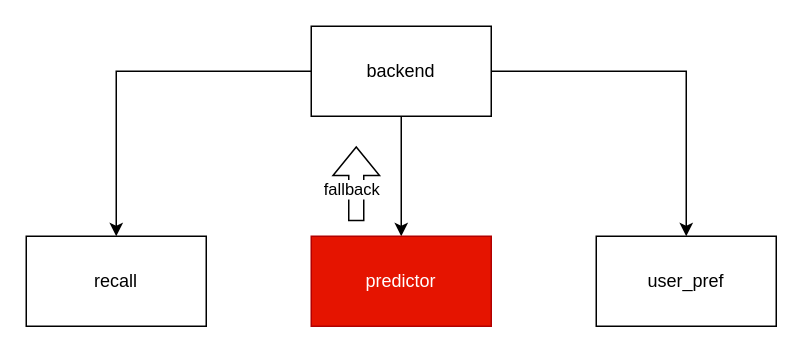
This is multi_cluster_disaster_recovery.drawio from Silocean/diagrams, a draw.io file, before an edit. Source tidied: cells renumbered, new cells numbered last; positions are measured from the earlier drawing's top-left corner, leaving out a move shared by most shapes. Both pictures are drawn from the tidied source at 150%, with x=0, y=0 at pixel (26, 26).
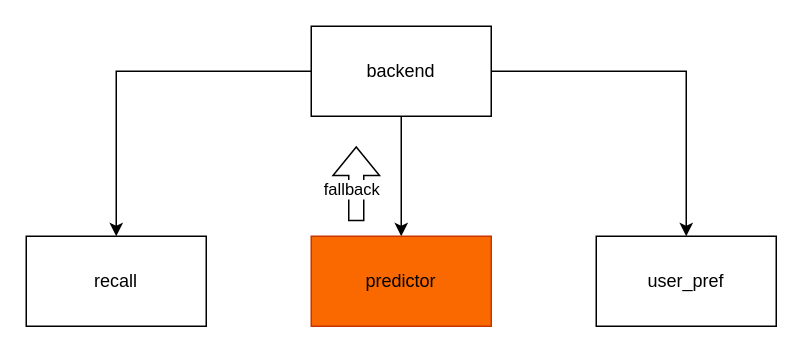
The same diagram, later.

Change to the diagram source:
```diff
@@
 <mxGraphModel>
   <root>
     <mxCell id="0" />
     <mxCell id="1" parent="0" />
     <mxCell id="2" style="edgeStyle=orthogonalEdgeStyle;rounded=0;jettySize=auto;html=1;" parent="1" edge="1" source="5" target="6">
       <mxGeometry relative="1" as="geometry" />
     </mxCell>
     <mxCell id="3" style="edgeStyle=orthogonalEdgeStyle;rounded=0;jettySize=auto;html=1;entryX=0.5;entryY=0;entryDx=0;entryDy=0;" parent="1" edge="1" source="5" target="8">
       <mxGeometry relative="1" as="geometry" />
     </mxCell>
     <mxCell id="4" style="edgeStyle=orthogonalEdgeStyle;rounded=0;jettySize=auto;html=1;" parent="1" edge="1" source="5" target="7">
       <mxGeometry relative="1" as="geometry" />
     </mxCell>
     <mxCell id="5" value="backend" style="rounded=0;whiteSpace=wrap;html=1;" parent="1" vertex="1">
       <mxGeometry x="190" width="120" height="60" as="geometry" />
     </mxCell>
     <mxCell id="6" value="recall" style="rounded=0;whiteSpace=wrap;html=1;" parent="1" vertex="1">
       <mxGeometry y="140" width="120" height="60" as="geometry" />
     </mxCell>
     <mxCell id="7" value="user_pref" style="rounded=0;whiteSpace=wrap;html=1;" parent="1" vertex="1">
       <mxGeometry x="380" y="140" width="120" height="60" as="geometry" />
     </mxCell>
-    <mxCell id="8" value="predictor" style="rounded=0;whiteSpace=wrap;html=1;fillColor=#e51400;strokeColor=#B20000;fontColor=#ffffff;" parent="1" vertex="1">
+    <mxCell id="8" value="predictor" style="rounded=0;whiteSpace=wrap;html=1;fillColor=#fa6800;strokeColor=#C73500;fontColor=#000000;" parent="1" vertex="1">
       <mxGeometry x="190" y="140" width="120" height="60" as="geometry" />
     </mxCell>
     <mxCell id="9" style="shape=flexArrow;endArrow=classic;html=1;rounded=0;" parent="1" edge="1">
       <mxGeometry relative="1" as="geometry">
         <mxPoint x="220" y="130" as="sourcePoint" />
         <mxPoint x="220" y="80" as="targetPoint" />
       </mxGeometry>
     </mxCell>
     <mxCell id="10" value="fallback" style="edgeLabel;html=1;align=center;verticalAlign=middle;" parent="9" vertex="1">
       <mxGeometry x="-0.12" y="4" relative="1" as="geometry" />
     </mxCell>
   </root>
 </mxGraphModel>
```
